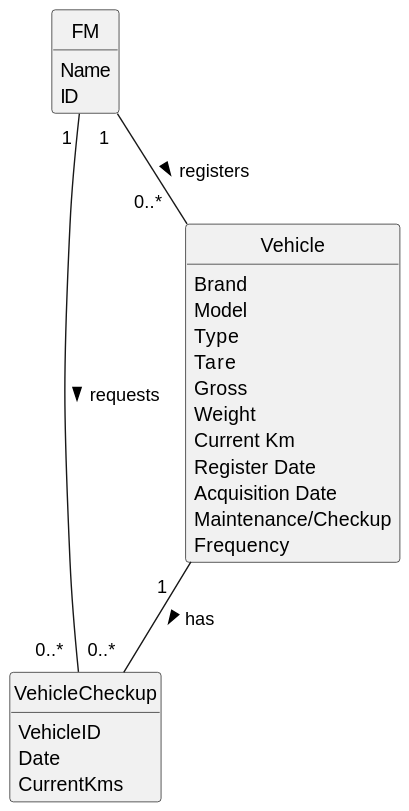
Above: docs/sprintA/us007/02.analysis/svg/us007-domain-model.svg in Departamento-de-Engenharia-Informatica/lei-24-s2-1do-g164 (PlantUML), before the change. Source of this version:
```plantuml
@startuml
skinparam monochrome true
skinparam packageStyle rectangle
skinparam shadowing false


skinparam classAttributeIconSize 0

hide circle
hide methods

class FM {
    Name
    ID
}

class VehicleCheckup {
    VehicleID
    Date
    CurrentKms
}

class Vehicle {
      Brand
      Model
      Type
      Tare
      Gross
      Weight
      Current Km
      Register Date
      Acquisition Date
      Maintenance/Checkup
      Frequency
}


FM "  1  " -- "0..*   " Vehicle : registers >
Vehicle "1   " -- "0..*  " VehicleCheckup : has >
FM "1 " -- "0..*  " VehicleCheckup : requests >
@enduml
```
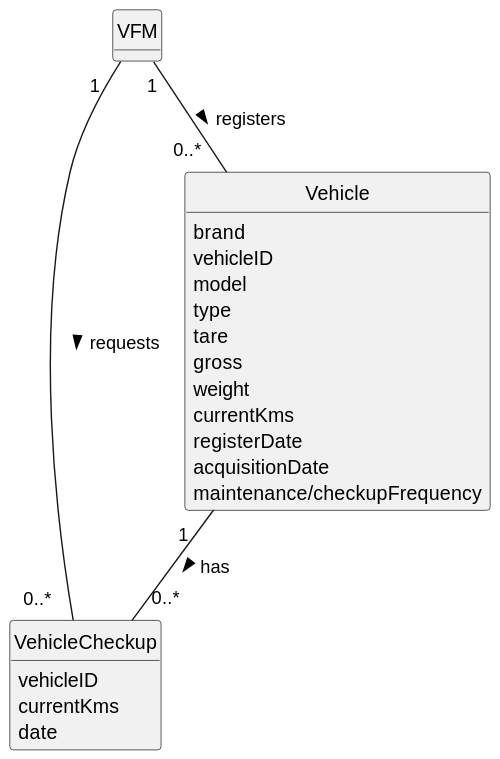
The same file after the commit.

Change to the diagram source:
```diff
@@ -2,6 +2,7 @@
 skinparam monochrome true
 skinparam packageStyle rectangle
 skinparam shadowing false
+
 
 
 skinparam classAttributeIconSize 0
@@ -9,33 +10,33 @@
 hide circle
 hide methods
 
-class FM {
-    Name
-    ID
+class VFM {
+
 }
 
 class VehicleCheckup {
-    VehicleID
-    Date
-    CurrentKms
+vehicleID
+    currentKms
+    date
+
 }
 
 class Vehicle {
-      Brand
-      Model
-      Type
-      Tare
-      Gross
-      Weight
-      Current Km
-      Register Date
-      Acquisition Date
-      Maintenance/Checkup
-      Frequency
+      brand
+      vehicleID
+      model
+      type
+      tare
+      gross
+      weight
+      currentKms
+      registerDate
+      acquisitionDate
+      maintenance/checkupFrequency
 }
 
 
-FM "  1  " -- "0..*   " Vehicle : registers >
-Vehicle "1   " -- "0..*  " VehicleCheckup : has >
-FM "1 " -- "0..*  " VehicleCheckup : requests >
+VFM "1" -- "0..*   " Vehicle : registers >
+Vehicle "1   " -- "0..*                        " VehicleCheckup : has >
+VFM "           1 " -- "0..*   " VehicleCheckup : requests >
 @enduml
```
